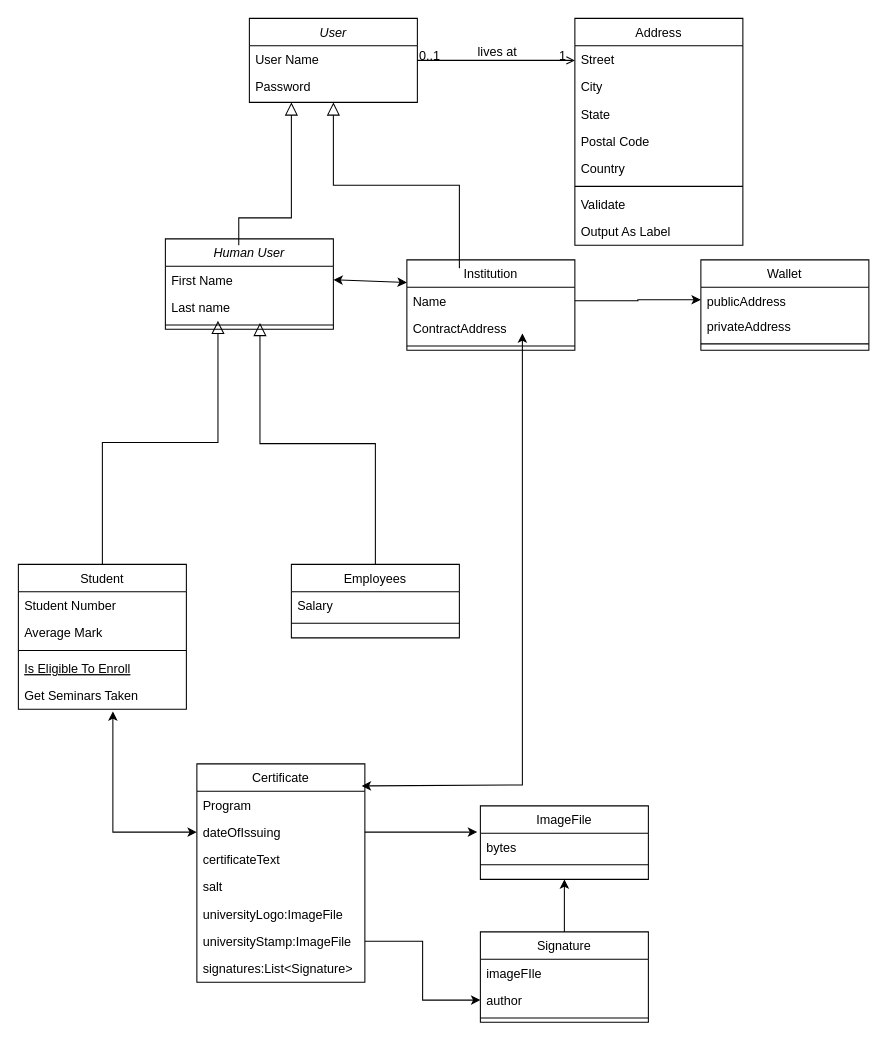
Before: diagram.drawio in momolakeit/certChain, a draw.io diagram. Source tidied: cells renumbered, new cells numbered last; positions are measured from the earlier drawing's top-left corner, leaving out a move shared by most shapes. Both pictures are drawn from the tidied source at 105%, with x=0, y=0 at pixel (18, 18).
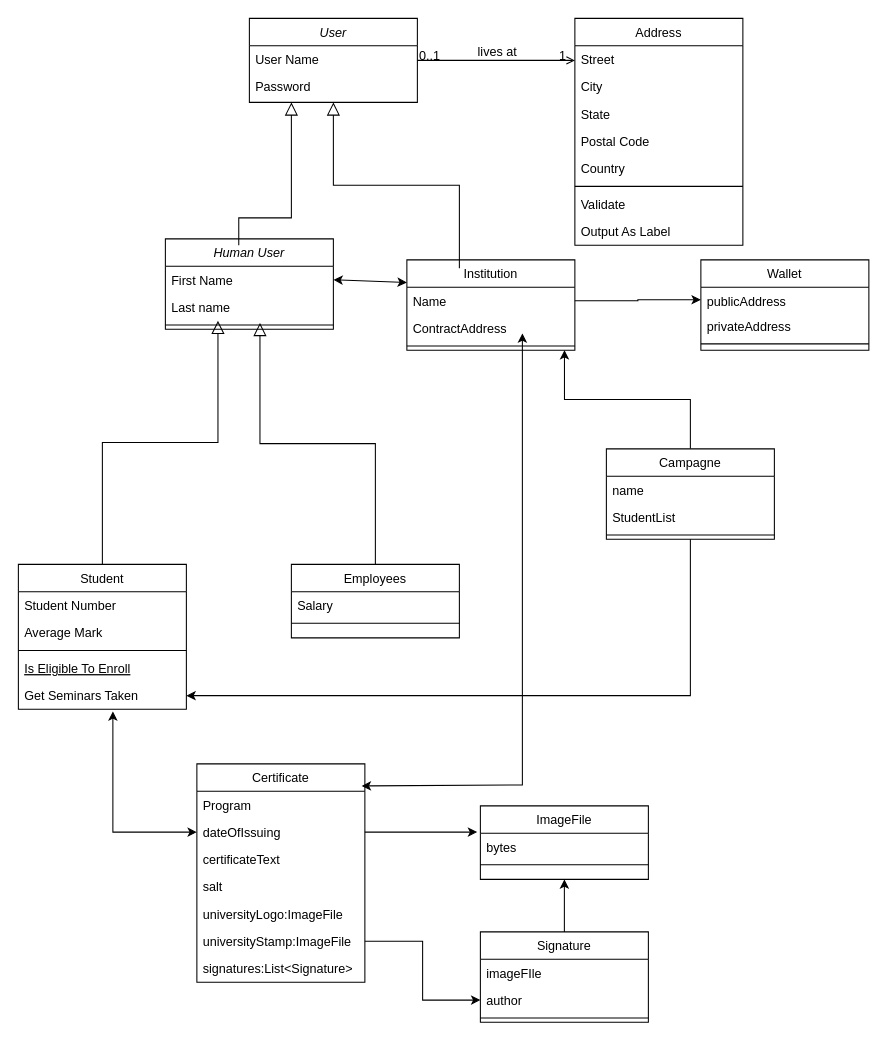
The same page after the edit.

The change refers to these unchanged cells:
```xml
<mxCell id="10" value="Get Seminars Taken" style="text;align=left;verticalAlign=top;spacingLeft=4;spacingRight=4;overflow=hidden;points=[[0,0.5],[1,0.5]];portConstraint=eastwest;" parent="5" vertex="1">
  <mxGeometry y="112" width="160" height="26" as="geometry" />
</mxCell>
<mxCell id="32" style="line;html=1;strokeWidth=1;align=left;verticalAlign=middle;spacingTop=-1;spacingLeft=3;spacingRight=3;labelPosition=right;points=[];portConstraint=eastwest;" parent="29" vertex="1">
  <mxGeometry y="78" width="160" height="8" as="geometry" />
</mxCell>
```

The edit, as a diff of the source:
```diff
@@
+    <mxCell id="65" style="edgeStyle=orthogonalEdgeStyle;rounded=0;jettySize=auto;html=1;exitX=0.5;exitY=1;exitDx=0;exitDy=0;entryX=1;entryY=0.5;entryDx=0;entryDy=0;" parent="1" edge="1" source="67" target="10">
+      <mxGeometry relative="1" as="geometry" />
+    </mxCell>
+    <mxCell id="66" style="edgeStyle=orthogonalEdgeStyle;rounded=0;jettySize=auto;html=1;exitX=0.5;exitY=0;exitDx=0;exitDy=0;entryX=0.938;entryY=1;entryDx=0;entryDy=0;entryPerimeter=0;" parent="1" edge="1" source="67" target="32">
+      <mxGeometry relative="1" as="geometry" />
+    </mxCell>
+    <mxCell id="67" value="Campagne" style="swimlane;fontStyle=0;align=center;verticalAlign=top;horizontal=1;startSize=26;rounded=0;shadow=0;strokeWidth=1;" parent="1" vertex="1">
+      <mxGeometry x="560" y="410" width="160" height="86" as="geometry" />
+    </mxCell>
+    <mxCell id="68" value="name" style="text;align=left;verticalAlign=top;spacingLeft=4;spacingRight=4;overflow=hidden;" parent="67" vertex="1">
+      <mxGeometry y="26" width="160" height="26" as="geometry" />
+    </mxCell>
+    <mxCell id="69" value="StudentList" style="text;align=left;verticalAlign=top;spacingLeft=4;spacingRight=4;overflow=hidden;rounded=0;shadow=0;html=0;" parent="67" vertex="1">
+      <mxGeometry y="52" width="160" height="26" as="geometry" />
+    </mxCell>
+    <mxCell id="70" style="line;html=1;strokeWidth=1;align=left;verticalAlign=middle;spacingTop=-1;spacingLeft=3;spacingRight=3;labelPosition=right;" parent="67" vertex="1">
+      <mxGeometry y="78" width="160" height="8" as="geometry" />
+    </mxCell>
```
